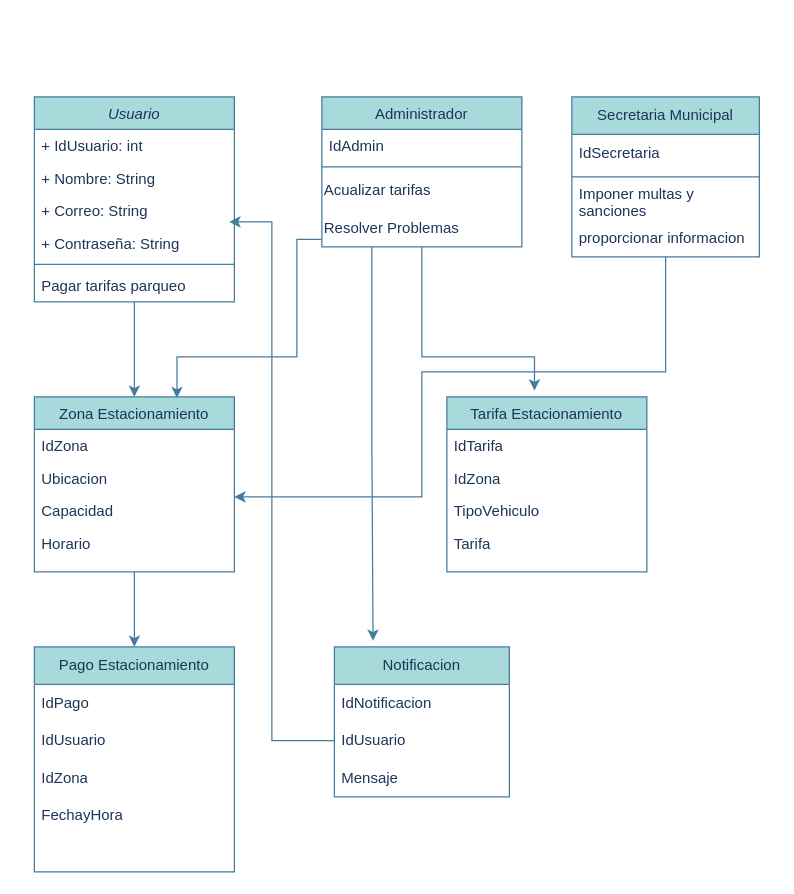
Above: Diagrama sin título.drawio in kattrr/claseIPS (draw.io), before the change. Source tidied: cells renumbered, new cells numbered last; positions are measured from the earlier drawing's top-left corner, leaving out a move shared by most shapes. Both pictures are drawn from the tidied source at 125%, with x=0, y=0 at pixel (34, 96).
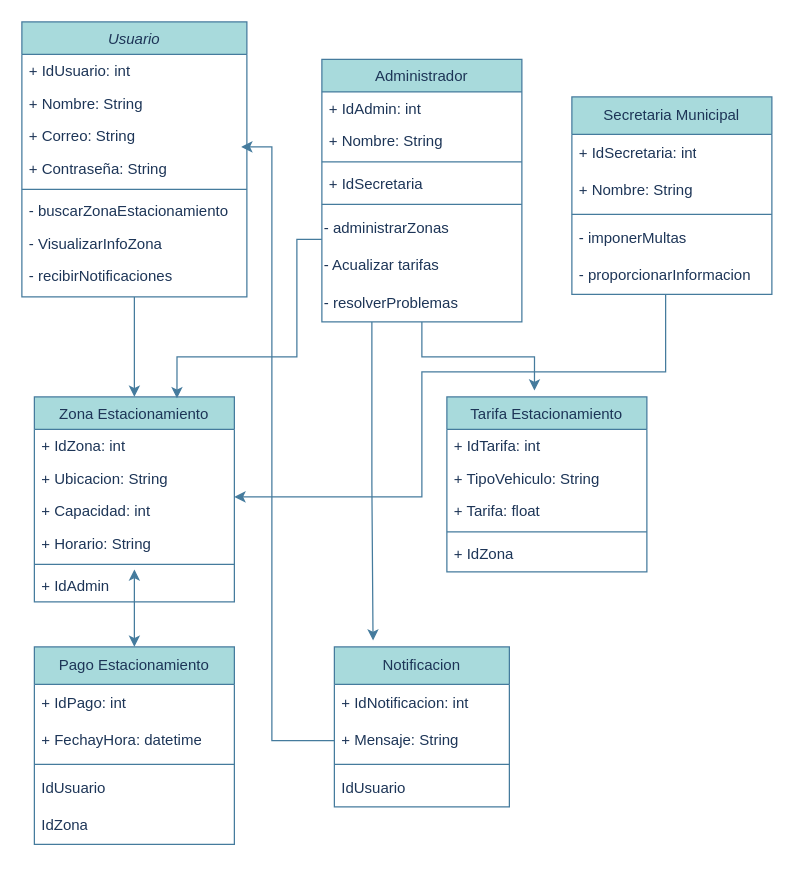
The same page after the edit.

Unchanged cells that the change refers to:
```xml
<mxCell id="16" value="Tarifa Estacionamiento" style="swimlane;fontStyle=0;align=center;verticalAlign=top;horizontal=1;startSize=26;rounded=0;shadow=0;strokeWidth=1;labelBackgroundColor=none;fillColor=#A8DADC;strokeColor=#457B9D;fontColor=#1D3557;" parent="1" vertex="1">
  <mxGeometry x="330" y="240" width="160" height="140" as="geometry" />
</mxCell>
```

What changed in the source:
```diff
@@
     <mxCell id="3" value="Usuario" style="swimlane;fontStyle=2;align=center;verticalAlign=top;horizontal=1;startSize=26;rounded=0;shadow=0;strokeWidth=1;labelBackgroundColor=none;fillColor=#A8DADC;strokeColor=#457B9D;fontColor=#1D3557;" parent="1" vertex="1">
-      <mxGeometry width="160" height="164" as="geometry" />
+      <mxGeometry x="-10" y="-60" width="180" height="220" as="geometry" />
     </mxCell>
     <mxCell id="4" value="+ IdUsuario: int" style="text;align=left;verticalAlign=top;spacingLeft=4;spacingRight=4;overflow=hidden;labelBackgroundColor=none;fontColor=#1D3557;" parent="3" vertex="1">
-      <mxGeometry y="26" width="160" height="26" as="geometry" />
+      <mxGeometry y="26" width="180" height="26" as="geometry" />
     </mxCell>
     <mxCell id="5" value="+ Nombre: String" style="text;align=left;verticalAlign=top;spacingLeft=4;spacingRight=4;overflow=hidden;rounded=0;shadow=0;html=0;labelBackgroundColor=none;fontColor=#1D3557;" parent="3" vertex="1">
-      <mxGeometry y="52" width="160" height="26" as="geometry" />
+      <mxGeometry y="52" width="180" height="26" as="geometry" />
     </mxCell>
     <mxCell id="6" value="+ Correo: String" style="text;align=left;verticalAlign=top;spacingLeft=4;spacingRight=4;overflow=hidden;rounded=0;shadow=0;html=0;labelBackgroundColor=none;fontColor=#1D3557;" parent="3" vertex="1">
-      <mxGeometry y="78" width="160" height="26" as="geometry" />
+      <mxGeometry y="78" width="180" height="26" as="geometry" />
     </mxCell>
     <mxCell id="7" value="+ Contraseña: String" style="text;align=left;verticalAlign=top;spacingLeft=4;spacingRight=4;overflow=hidden;points=[[0,0.5],[1,0.5]];portConstraint=eastwest;rounded=0;shadow=0;html=0;labelBackgroundColor=none;fontColor=#1D3557;" parent="3" vertex="1">
-      <mxGeometry y="104" width="160" height="26" as="geometry" />
+      <mxGeometry y="104" width="180" height="26" as="geometry" />
     </mxCell>
     <mxCell id="8" style="line;html=1;strokeWidth=1;align=left;verticalAlign=middle;spacingTop=-1;spacingLeft=3;spacingRight=3;labelPosition=right;labelBackgroundColor=none;fillColor=#A8DADC;strokeColor=#457B9D;fontColor=#1D3557;" parent="3" vertex="1">
-      <mxGeometry y="130" width="160" height="8" as="geometry" />
+      <mxGeometry y="130" width="180" height="8" as="geometry" />
     </mxCell>
-    <mxCell id="9" value="Pagar tarifas parqueo" style="text;align=left;verticalAlign=top;spacingLeft=4;spacingRight=4;overflow=hidden;labelBackgroundColor=none;fontColor=#1D3557;" parent="3" vertex="1">
-      <mxGeometry y="138" width="160" height="26" as="geometry" />
+    <mxCell id="9" value="- buscarZonaEstacionamiento" style="text;align=left;verticalAlign=top;spacingLeft=4;spacingRight=4;overflow=hidden;labelBackgroundColor=none;fontColor=#1D3557;" parent="3" vertex="1">
+      <mxGeometry y="138" width="180" height="26" as="geometry" />
     </mxCell>
+    <mxCell id="46" value="- VisualizarInfoZona" style="text;align=left;verticalAlign=top;spacingLeft=4;spacingRight=4;overflow=hidden;labelBackgroundColor=none;fontColor=#1D3557;" parent="3" vertex="1">
+      <mxGeometry y="164" width="180" height="26" as="geometry" />
+    </mxCell>
+    <mxCell id="47" value="- recibirNotificaciones" style="text;align=left;verticalAlign=top;spacingLeft=4;spacingRight=4;overflow=hidden;labelBackgroundColor=none;fontColor=#1D3557;" parent="3" vertex="1">
+      <mxGeometry y="190" width="180" height="26" as="geometry" />
+    </mxCell>
-    <mxCell id="10" style="edgeStyle=orthogonalEdgeStyle;rounded=0;jettySize=auto;html=1;exitX=0.5;exitY=1;exitDx=0;exitDy=0;entryX=0.5;entryY=0;entryDx=0;entryDy=0;labelBackgroundColor=none;strokeColor=#457B9D;fontColor=default;" parent="1" edge="1" source="11" target="26">
+    <mxCell id="10" style="edgeStyle=orthogonalEdgeStyle;rounded=0;jettySize=auto;html=1;exitX=0.5;exitY=1;exitDx=0;exitDy=0;entryX=0.5;entryY=0;entryDx=0;entryDy=0;labelBackgroundColor=none;strokeColor=#457B9D;fontColor=default;" parent="1" edge="1" source="50" target="26">
       <mxGeometry relative="1" as="geometry" />
     </mxCell>
     <mxCell id="11" value="Zona Estacionamiento" style="swimlane;fontStyle=0;align=center;verticalAlign=top;horizontal=1;startSize=26;rounded=0;shadow=0;strokeWidth=1;labelBackgroundColor=none;fillColor=#A8DADC;strokeColor=#457B9D;fontColor=#1D3557;" parent="1" vertex="1">
-      <mxGeometry y="240" width="160" height="140" as="geometry" />
+      <mxGeometry y="240" width="160" height="164" as="geometry" />
     </mxCell>
-    <mxCell id="12" value="IdZona" style="text;align=left;verticalAlign=top;spacingLeft=4;spacingRight=4;overflow=hidden;labelBackgroundColor=none;fontColor=#1D3557;" parent="11" vertex="1">
+    <mxCell id="12" value="+ IdZona: int" style="text;align=left;verticalAlign=top;spacingLeft=4;spacingRight=4;overflow=hidden;labelBackgroundColor=none;fontColor=#1D3557;" parent="11" vertex="1">
       <mxGeometry y="26" width="160" height="26" as="geometry" />
     </mxCell>
-    <mxCell id="13" value="Ubicacion" style="text;align=left;verticalAlign=top;spacingLeft=4;spacingRight=4;overflow=hidden;labelBackgroundColor=none;fontColor=#1D3557;" parent="11" vertex="1">
+    <mxCell id="13" value="+ Ubicacion: String" style="text;align=left;verticalAlign=top;spacingLeft=4;spacingRight=4;overflow=hidden;labelBackgroundColor=none;fontColor=#1D3557;" parent="11" vertex="1">
       <mxGeometry y="52" width="160" height="26" as="geometry" />
     </mxCell>
-    <mxCell id="14" value="Capacidad" style="text;align=left;verticalAlign=top;spacingLeft=4;spacingRight=4;overflow=hidden;labelBackgroundColor=none;fontColor=#1D3557;" parent="11" vertex="1">
+    <mxCell id="14" value="+ Capacidad: int" style="text;align=left;verticalAlign=top;spacingLeft=4;spacingRight=4;overflow=hidden;labelBackgroundColor=none;fontColor=#1D3557;" parent="11" vertex="1">
       <mxGeometry y="78" width="160" height="26" as="geometry" />
     </mxCell>
-    <mxCell id="15" value="Horario" style="text;align=left;verticalAlign=top;spacingLeft=4;spacingRight=4;overflow=hidden;labelBackgroundColor=none;fontColor=#1D3557;" parent="11" vertex="1">
+    <mxCell id="15" value="+ Horario: String" style="text;align=left;verticalAlign=top;spacingLeft=4;spacingRight=4;overflow=hidden;labelBackgroundColor=none;fontColor=#1D3557;" parent="11" vertex="1">
       <mxGeometry y="104" width="160" height="26" as="geometry" />
     </mxCell>
+    <mxCell id="48" style="edgeStyle=orthogonalEdgeStyle;rounded=0;jettySize=auto;html=1;exitX=0.5;exitY=1;exitDx=0;exitDy=0;entryX=0.5;entryY=0;entryDx=0;entryDy=0;labelBackgroundColor=none;strokeColor=#457B9D;fontColor=default;" parent="11" edge="1" source="11" target="50">
+      <mxGeometry relative="1" as="geometry" />
+    </mxCell>
+    <mxCell id="49" style="line;html=1;strokeWidth=1;align=left;verticalAlign=middle;spacingTop=-1;spacingLeft=3;spacingRight=3;labelPosition=right;labelBackgroundColor=none;fillColor=#A8DADC;strokeColor=#457B9D;fontColor=#1D3557;" parent="11" vertex="1">
+      <mxGeometry y="130" width="160" height="8" as="geometry" />
+    </mxCell>
+    <mxCell id="50" value="+ IdAdmin" style="text;align=left;verticalAlign=top;spacingLeft=4;spacingRight=4;overflow=hidden;points=[[0,0.5],[1,0.5]];portConstraint=eastwest;labelBackgroundColor=none;fontColor=#1D3557;" parent="11" vertex="1">
+      <mxGeometry y="138" width="160" height="26" as="geometry" />
+    </mxCell>
@@
-    <mxCell id="17" value="IdTarifa" style="text;align=left;verticalAlign=top;spacingLeft=4;spacingRight=4;overflow=hidden;labelBackgroundColor=none;fontColor=#1D3557;" parent="16" vertex="1">
+    <mxCell id="17" value="+ IdTarifa: int" style="text;align=left;verticalAlign=top;spacingLeft=4;spacingRight=4;overflow=hidden;labelBackgroundColor=none;fontColor=#1D3557;" parent="16" vertex="1">
       <mxGeometry y="26" width="160" height="26" as="geometry" />
     </mxCell>
-    <mxCell id="18" value="IdZona" style="text;align=left;verticalAlign=top;spacingLeft=4;spacingRight=4;overflow=hidden;labelBackgroundColor=none;fontColor=#1D3557;" parent="16" vertex="1">
-      <mxGeometry y="52" width="160" height="26" as="geometry" />
-    </mxCell>
-    <mxCell id="19" value="TipoVehiculo" style="text;align=left;verticalAlign=top;spacingLeft=4;spacingRight=4;overflow=hidden;labelBackgroundColor=none;fontColor=#1D3557;" parent="16" vertex="1">
-      <mxGeometry y="78" width="160" height="26" as="geometry" />
+    <mxCell id="19" value="+ TipoVehiculo: String" style="text;align=left;verticalAlign=top;spacingLeft=4;spacingRight=4;overflow=hidden;labelBackgroundColor=none;fontColor=#1D3557;" parent="16" vertex="1">
+      <mxGeometry y="52" width="160" height="26" as="geometry" />
     </mxCell>
-    <mxCell id="20" value="Tarifa" style="text;align=left;verticalAlign=top;spacingLeft=4;spacingRight=4;overflow=hidden;labelBackgroundColor=none;fontColor=#1D3557;" parent="16" vertex="1">
-      <mxGeometry y="104" width="160" height="26" as="geometry" />
+    <mxCell id="20" value="+ Tarifa: float" style="text;align=left;verticalAlign=top;spacingLeft=4;spacingRight=4;overflow=hidden;labelBackgroundColor=none;fontColor=#1D3557;" parent="16" vertex="1">
+      <mxGeometry y="78" width="160" height="26" as="geometry" />
     </mxCell>
+    <mxCell id="51" style="line;html=1;strokeWidth=1;align=left;verticalAlign=middle;spacingTop=-1;spacingLeft=3;spacingRight=3;labelPosition=right;labelBackgroundColor=none;fillColor=#A8DADC;strokeColor=#457B9D;fontColor=#1D3557;" parent="16" vertex="1">
+      <mxGeometry y="104" width="160" height="8" as="geometry" />
+    </mxCell>
+    <mxCell id="18" value="+ IdZona" style="text;align=left;verticalAlign=top;spacingLeft=4;spacingRight=4;overflow=hidden;labelBackgroundColor=none;fontColor=#1D3557;" parent="16" vertex="1">
+      <mxGeometry y="112" width="160" height="26" as="geometry" />
+    </mxCell>
     <mxCell id="21" value="Administrador" style="swimlane;fontStyle=0;align=center;verticalAlign=top;horizontal=1;startSize=26;rounded=0;shadow=0;strokeWidth=1;labelBackgroundColor=none;fillColor=#A8DADC;strokeColor=#457B9D;fontColor=#1D3557;" parent="1" vertex="1">
-      <mxGeometry x="230" width="160" height="120" as="geometry" />
+      <mxGeometry x="230" y="-30" width="160" height="210" as="geometry" />
     </mxCell>
-    <mxCell id="22" value="IdAdmin" style="text;align=left;verticalAlign=top;spacingLeft=4;spacingRight=4;overflow=hidden;labelBackgroundColor=none;fontColor=#1D3557;" parent="21" vertex="1">
+    <mxCell id="22" value="+ IdAdmin: int" style="text;align=left;verticalAlign=top;spacingLeft=4;spacingRight=4;overflow=hidden;labelBackgroundColor=none;fontColor=#1D3557;" parent="21" vertex="1">
       <mxGeometry y="26" width="160" height="26" as="geometry" />
     </mxCell>
+    <mxCell id="52" value="+ Nombre: String" style="text;align=left;verticalAlign=top;spacingLeft=4;spacingRight=4;overflow=hidden;labelBackgroundColor=none;fontColor=#1D3557;" parent="21" vertex="1">
+      <mxGeometry y="52" width="160" height="26" as="geometry" />
+    </mxCell>
+    <mxCell id="53" style="line;html=1;strokeWidth=1;align=left;verticalAlign=middle;spacingTop=-1;spacingLeft=3;spacingRight=3;labelPosition=right;labelBackgroundColor=none;fillColor=#A8DADC;strokeColor=#457B9D;fontColor=#1D3557;" parent="21" vertex="1">
+      <mxGeometry y="78" width="160" height="8" as="geometry" />
+    </mxCell>
+    <mxCell id="54" value="+ IdSecretaria" style="text;align=left;verticalAlign=top;spacingLeft=4;spacingRight=4;overflow=hidden;labelBackgroundColor=none;fontColor=#1D3557;" parent="21" vertex="1">
+      <mxGeometry y="86" width="160" height="26" as="geometry" />
+    </mxCell>
     <mxCell id="23" style="line;html=1;strokeWidth=1;align=left;verticalAlign=middle;spacingTop=-1;spacingLeft=3;spacingRight=3;labelPosition=right;labelBackgroundColor=none;fillColor=#A8DADC;strokeColor=#457B9D;fontColor=#1D3557;" parent="21" vertex="1">
-      <mxGeometry y="52" width="160" height="8" as="geometry" />
+      <mxGeometry y="112" width="160" height="8" as="geometry" />
     </mxCell>
+    <mxCell id="55" value="- administrarZonas" style="text;html=1;align=left;verticalAlign=middle;whiteSpace=wrap;rounded=0;labelBackgroundColor=none;fontColor=#1D3557;" parent="21" vertex="1">
+      <mxGeometry y="120" width="160" height="30" as="geometry" />
+    </mxCell>
-    <mxCell id="24" value="Acualizar tarifas" style="text;html=1;align=left;verticalAlign=middle;whiteSpace=wrap;rounded=0;labelBackgroundColor=none;fontColor=#1D3557;" parent="21" vertex="1">
-      <mxGeometry y="60" width="160" height="30" as="geometry" />
+    <mxCell id="24" value="- Acualizar tarifas" style="text;html=1;align=left;verticalAlign=middle;whiteSpace=wrap;rounded=0;labelBackgroundColor=none;fontColor=#1D3557;" parent="21" vertex="1">
+      <mxGeometry y="150" width="160" height="30" as="geometry" />
     </mxCell>
-    <mxCell id="25" value="Resolver Problemas" style="text;html=1;align=left;verticalAlign=middle;whiteSpace=wrap;rounded=0;labelBackgroundColor=none;fontColor=#1D3557;" parent="21" vertex="1">
-      <mxGeometry y="90" width="160" height="30" as="geometry" />
+    <mxCell id="25" value="- resolverProblemas" style="text;html=1;align=left;verticalAlign=middle;whiteSpace=wrap;rounded=0;labelBackgroundColor=none;fontColor=#1D3557;" parent="21" vertex="1">
+      <mxGeometry y="180" width="160" height="30" as="geometry" />
     </mxCell>
     <mxCell id="26" value="Pago Estacionamiento" style="swimlane;fontStyle=0;horizontal=1;startSize=30;whiteSpace=wrap;html=1;labelBackgroundColor=none;fillColor=#A8DADC;strokeColor=#457B9D;fontColor=#1D3557;" parent="1" vertex="1">
-      <mxGeometry y="440" width="160" height="180" as="geometry" />
+      <mxGeometry y="440" width="160" height="158" as="geometry" />
     </mxCell>
-    <mxCell id="27" value="IdPago" style="text;strokeColor=none;fillColor=none;align=left;verticalAlign=middle;spacingLeft=4;spacingRight=4;overflow=hidden;whiteSpace=wrap;html=1;labelBackgroundColor=none;fontColor=#1D3557;" parent="26" vertex="1">
+    <mxCell id="27" value="+ IdPago: int" style="text;strokeColor=none;fillColor=none;align=left;verticalAlign=middle;spacingLeft=4;spacingRight=4;overflow=hidden;whiteSpace=wrap;html=1;labelBackgroundColor=none;fontColor=#1D3557;" parent="26" vertex="1">
       <mxGeometry y="30" width="160" height="30" as="geometry" />
     </mxCell>
+    <mxCell id="30" value="+ FechayHora: datetime" style="text;strokeColor=none;fillColor=none;align=left;verticalAlign=middle;spacingLeft=4;spacingRight=4;overflow=hidden;whiteSpace=wrap;html=1;labelBackgroundColor=none;fontColor=#1D3557;" parent="26" vertex="1">
+      <mxGeometry y="60" width="160" height="30" as="geometry" />
+    </mxCell>
+    <mxCell id="56" style="line;html=1;strokeWidth=1;align=left;verticalAlign=middle;spacingTop=-1;spacingLeft=3;spacingRight=3;labelPosition=right;labelBackgroundColor=none;fillColor=#A8DADC;strokeColor=#457B9D;fontColor=#1D3557;" parent="26" vertex="1">
+      <mxGeometry y="90" width="160" height="8" as="geometry" />
+    </mxCell>
     <mxCell id="28" value="IdUsuario" style="text;strokeColor=none;fillColor=none;align=left;verticalAlign=middle;spacingLeft=4;spacingRight=4;overflow=hidden;whiteSpace=wrap;html=1;labelBackgroundColor=none;fontColor=#1D3557;" parent="26" vertex="1">
-      <mxGeometry y="60" width="160" height="30" as="geometry" />
+      <mxGeometry y="98" width="160" height="30" as="geometry" />
     </mxCell>
     <mxCell id="29" value="IdZona" style="text;strokeColor=none;fillColor=none;align=left;verticalAlign=middle;spacingLeft=4;spacingRight=4;overflow=hidden;whiteSpace=wrap;html=1;labelBackgroundColor=none;fontColor=#1D3557;" parent="26" vertex="1">
-      <mxGeometry y="90" width="160" height="30" as="geometry" />
+      <mxGeometry y="128" width="160" height="30" as="geometry" />
     </mxCell>
-    <mxCell id="30" value="FechayHora" style="text;strokeColor=none;fillColor=none;align=left;verticalAlign=middle;spacingLeft=4;spacingRight=4;overflow=hidden;whiteSpace=wrap;html=1;labelBackgroundColor=none;fontColor=#1D3557;" parent="26" vertex="1">
-      <mxGeometry y="120" width="160" height="30" as="geometry" />
-    </mxCell>
-    <mxCell id="31" style="text;strokeColor=none;fillColor=none;align=left;verticalAlign=middle;spacingLeft=4;spacingRight=4;overflow=hidden;whiteSpace=wrap;html=1;labelBackgroundColor=none;fontColor=#1D3557;" parent="26" vertex="1">
-      <mxGeometry y="150" width="160" height="30" as="geometry" />
-    </mxCell>
     <mxCell id="32" value="&lt;div&gt;Notificacion&lt;/div&gt;" style="swimlane;fontStyle=0;horizontal=1;startSize=30;whiteSpace=wrap;html=1;labelBackgroundColor=none;fillColor=#A8DADC;strokeColor=#457B9D;fontColor=#1D3557;" parent="1" vertex="1">
-      <mxGeometry x="240" y="440" width="140" height="120" as="geometry" />
+      <mxGeometry x="240" y="440" width="140" height="128" as="geometry" />
     </mxCell>
-    <mxCell id="33" value="IdNotificacion" style="text;strokeColor=none;fillColor=none;align=left;verticalAlign=middle;spacingLeft=4;spacingRight=4;overflow=hidden;whiteSpace=wrap;html=1;labelBackgroundColor=none;fontColor=#1D3557;" parent="32" vertex="1">
+    <mxCell id="33" value="+ IdNotificacion: int" style="text;strokeColor=none;fillColor=none;align=left;verticalAlign=middle;spacingLeft=4;spacingRight=4;overflow=hidden;whiteSpace=wrap;html=1;labelBackgroundColor=none;fontColor=#1D3557;" parent="32" vertex="1">
       <mxGeometry y="30" width="140" height="30" as="geometry" />
     </mxCell>
+    <mxCell id="35" value="+ Mensaje: String" style="text;strokeColor=none;fillColor=none;align=left;verticalAlign=middle;spacingLeft=4;spacingRight=4;overflow=hidden;points=[[0,0.5],[1,0.5]];portConstraint=eastwest;whiteSpace=wrap;html=1;labelBackgroundColor=none;fontColor=#1D3557;" parent="32" vertex="1">
+      <mxGeometry y="60" width="140" height="30" as="geometry" />
+    </mxCell>
+    <mxCell id="57" style="line;html=1;strokeWidth=1;align=left;verticalAlign=middle;spacingTop=-1;spacingLeft=3;spacingRight=3;labelPosition=right;labelBackgroundColor=none;fillColor=#A8DADC;strokeColor=#457B9D;fontColor=#1D3557;" parent="32" vertex="1">
+      <mxGeometry y="90" width="140" height="8" as="geometry" />
+    </mxCell>
     <mxCell id="34" value="IdUsuario" style="text;strokeColor=none;fillColor=none;align=left;verticalAlign=middle;spacingLeft=4;spacingRight=4;overflow=hidden;points=[[0,0.5],[1,0.5]];portConstraint=eastwest;whiteSpace=wrap;html=1;labelBackgroundColor=none;fontColor=#1D3557;" parent="32" vertex="1">
-      <mxGeometry y="60" width="140" height="30" as="geometry" />
+      <mxGeometry y="98" width="140" height="30" as="geometry" />
     </mxCell>
-    <mxCell id="35" value="Mensaje" style="text;strokeColor=none;fillColor=none;align=left;verticalAlign=middle;spacingLeft=4;spacingRight=4;overflow=hidden;points=[[0,0.5],[1,0.5]];portConstraint=eastwest;whiteSpace=wrap;html=1;labelBackgroundColor=none;fontColor=#1D3557;" parent="32" vertex="1">
-      <mxGeometry y="90" width="140" height="30" as="geometry" />
-    </mxCell>
@@
     <mxCell id="37" value="Secretaria Municipal" style="swimlane;fontStyle=0;horizontal=1;startSize=30;whiteSpace=wrap;html=1;labelBackgroundColor=none;fillColor=#A8DADC;strokeColor=#457B9D;fontColor=#1D3557;" parent="1" vertex="1">
-      <mxGeometry x="430" width="150" height="128" as="geometry" />
+      <mxGeometry x="430" width="160" height="158" as="geometry" />
     </mxCell>
-    <mxCell id="38" value="IdSecretaria" style="text;strokeColor=none;fillColor=none;align=left;verticalAlign=middle;spacingLeft=4;spacingRight=4;overflow=hidden;whiteSpace=wrap;html=1;labelBackgroundColor=none;fontColor=#1D3557;" parent="37" vertex="1">
-      <mxGeometry y="30" width="150" height="30" as="geometry" />
+    <mxCell id="38" value="+ IdSecretaria: int" style="text;strokeColor=none;fillColor=none;align=left;verticalAlign=middle;spacingLeft=4;spacingRight=4;overflow=hidden;whiteSpace=wrap;html=1;labelBackgroundColor=none;fontColor=#1D3557;" parent="37" vertex="1">
+      <mxGeometry y="30" width="160" height="30" as="geometry" />
     </mxCell>
+    <mxCell id="58" value="+ Nombre: String" style="text;strokeColor=none;fillColor=none;align=left;verticalAlign=middle;spacingLeft=4;spacingRight=4;overflow=hidden;whiteSpace=wrap;html=1;labelBackgroundColor=none;fontColor=#1D3557;" parent="37" vertex="1">
+      <mxGeometry y="60" width="160" height="30" as="geometry" />
+    </mxCell>
     <mxCell id="39" style="line;html=1;strokeWidth=1;align=left;verticalAlign=middle;spacingTop=-1;spacingLeft=3;spacingRight=3;labelPosition=right;labelBackgroundColor=none;fillColor=#A8DADC;strokeColor=#457B9D;fontColor=#1D3557;" parent="37" vertex="1">
-      <mxGeometry y="60" width="150" height="8" as="geometry" />
+      <mxGeometry y="90" width="160" height="8" as="geometry" />
     </mxCell>
-    <mxCell id="40" value="Imponer multas y sanciones" style="text;strokeColor=none;fillColor=none;align=left;verticalAlign=middle;spacingLeft=4;spacingRight=4;overflow=hidden;whiteSpace=wrap;html=1;labelBackgroundColor=none;fontColor=#1D3557;" parent="37" vertex="1">
-      <mxGeometry y="68" width="150" height="30" as="geometry" />
+    <mxCell id="40" value="- imponerMultas" style="text;strokeColor=none;fillColor=none;align=left;verticalAlign=middle;spacingLeft=4;spacingRight=4;overflow=hidden;whiteSpace=wrap;html=1;labelBackgroundColor=none;fontColor=#1D3557;" parent="37" vertex="1">
+      <mxGeometry y="98" width="160" height="30" as="geometry" />
     </mxCell>
-    <mxCell id="41" value="proporcionar informacion" style="text;strokeColor=none;fillColor=none;align=left;verticalAlign=middle;spacingLeft=4;spacingRight=4;overflow=hidden;whiteSpace=wrap;html=1;labelBackgroundColor=none;fontColor=#1D3557;" parent="37" vertex="1">
-      <mxGeometry y="98" width="150" height="30" as="geometry" />
+    <mxCell id="41" value="- proporcionarInformacion" style="text;strokeColor=none;fillColor=none;align=left;verticalAlign=middle;spacingLeft=4;spacingRight=4;overflow=hidden;whiteSpace=wrap;html=1;labelBackgroundColor=none;fontColor=#1D3557;" parent="37" vertex="1">
+      <mxGeometry y="128" width="160" height="30" as="geometry" />
     </mxCell>
@@
-    <mxCell id="45" style="edgeStyle=orthogonalEdgeStyle;rounded=0;jettySize=auto;html=1;entryX=0.975;entryY=-0.154;entryDx=0;entryDy=0;entryPerimeter=0;labelBackgroundColor=none;strokeColor=#457B9D;fontColor=default;" parent="1" edge="1" source="34" target="7">
+    <mxCell id="45" style="edgeStyle=orthogonalEdgeStyle;rounded=0;jettySize=auto;html=1;entryX=0.975;entryY=-0.154;entryDx=0;entryDy=0;entryPerimeter=0;labelBackgroundColor=none;strokeColor=#457B9D;fontColor=default;exitX=0;exitY=0.5;exitDx=0;exitDy=0;" parent="1" edge="1" source="35" target="7">
       <mxGeometry relative="1" as="geometry">
         <Array as="points">
           <mxPoint x="190" y="515" />
-          <mxPoint x="190" y="100" />
+          <mxPoint x="190" y="40" />
         </Array>
       </mxGeometry>
     </mxCell>
```
